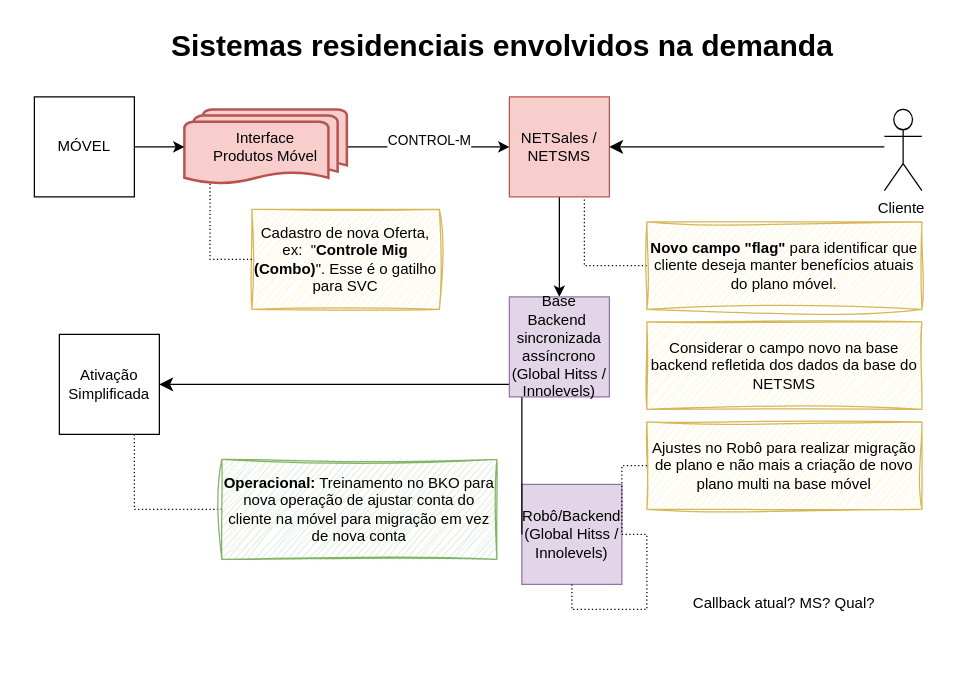
This is page "Venda Combo Multi Residencial" (2 of 2) of Cross-Sell Multi Base Móvel.drawio.xml from samirali/ClaroBrasil, a draw.io file, before an edit. Source tidied: cells renumbered, new cells numbered last; positions are measured from the earlier drawing's top-left corner, leaving out a move shared by most shapes. Both pictures are drawn from the tidied source at 125%, with x=0, y=0 at pixel (34, 21).
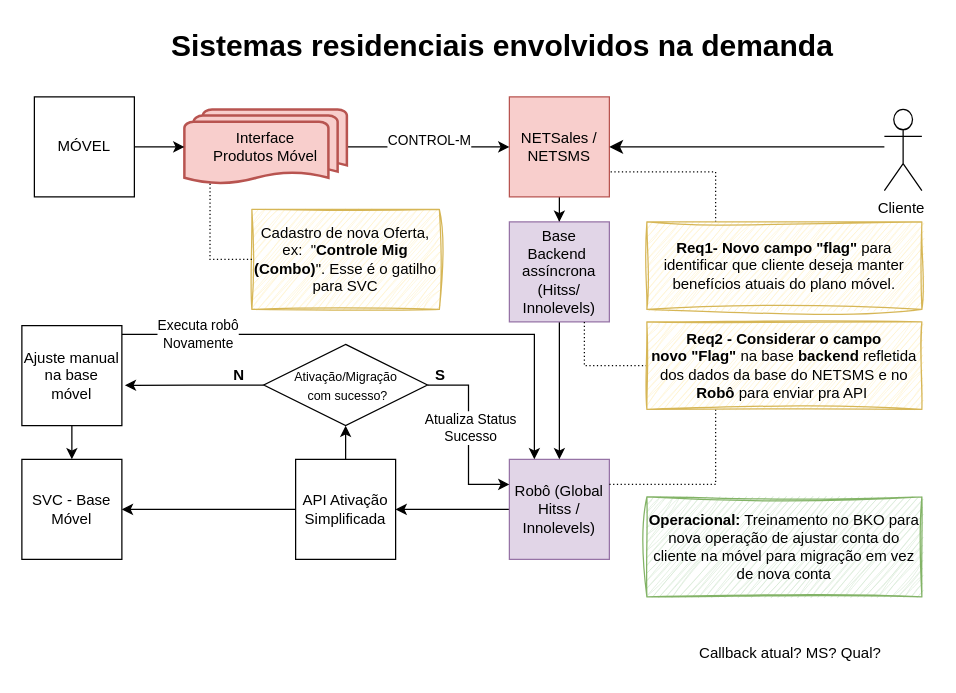
The same page after the edit.

Unchanged cells that the change refers to:
```xml
<mxCell id="3" value="NETSales / &lt;br&gt;NETSMS" style="whiteSpace=wrap;html=1;fillColor=#f8cecc;strokeColor=#b85450;" parent="1" vertex="1">
  <mxGeometry x="380" y="60" width="80" height="80" as="geometry" />
</mxCell>
```

Diff of the diagram source:
```diff
@@
+    <mxCell id="8" style="edgeStyle=orthogonalEdgeStyle;rounded=0;jettySize=auto;html=1;entryX=1;entryY=0.5;entryDx=0;entryDy=0;" parent="1" edge="1" source="6" target="7">
+      <mxGeometry relative="1" as="geometry" />
+    </mxCell>
-    <mxCell id="6" value="Robô/Backend (Global Hitss / Innolevels)" style="whiteSpace=wrap;html=1;fillColor=#e1d5e7;strokeColor=#9673a6;" parent="1" vertex="1">
-      <mxGeometry x="390" y="370" width="80" height="80" as="geometry" />
+    <mxCell id="6" value="Robô (Global Hitss / Innolevels)" style="whiteSpace=wrap;html=1;fillColor=#e1d5e7;strokeColor=#9673a6;" parent="1" vertex="1">
+      <mxGeometry x="380" y="350" width="80" height="80" as="geometry" />
     </mxCell>
+    <mxCell id="27" style="edgeStyle=orthogonalEdgeStyle;rounded=0;jettySize=auto;html=1;entryX=1;entryY=0.5;entryDx=0;entryDy=0;" parent="1" edge="1" source="7" target="31">
+      <mxGeometry relative="1" as="geometry" />
+    </mxCell>
+    <mxCell id="28" style="edgeStyle=orthogonalEdgeStyle;rounded=0;jettySize=auto;html=1;exitX=0.5;exitY=0;exitDx=0;exitDy=0;entryX=0.5;entryY=1;entryDx=0;entryDy=0;" parent="1" edge="1" source="7" target="34">
+      <mxGeometry relative="1" as="geometry" />
+    </mxCell>
-    <mxCell id="7" value="Ativação Simplificada" style="whiteSpace=wrap;html=1;" parent="1" vertex="1">
-      <mxGeometry x="20" y="250" width="80" height="80" as="geometry" />
+    <mxCell id="7" value="API Ativação Simplificada" style="whiteSpace=wrap;html=1;" parent="1" vertex="1">
+      <mxGeometry x="209" y="350" width="80" height="80" as="geometry" />
     </mxCell>
-    <mxCell id="8" style="edgeStyle=elbowEdgeStyle;elbow=vertical;endArrow=classic;html=1;curved=0;rounded=0;endSize=8;startSize=8;exitX=0;exitY=0.5;exitDx=0;exitDy=0;entryX=1;entryY=0.5;entryDx=0;entryDy=0;" parent="1" edge="1" source="6" target="7">
-      <mxGeometry relative="1" as="geometry">
-        <Array as="points">
-          <mxPoint x="240" y="290" />
-        </Array>
-      </mxGeometry>
-    </mxCell>
@@
     <mxCell id="16" value="Callback atual? MS? Qual?" style="text;html=1;strokeColor=none;fillColor=none;align=center;verticalAlign=middle;whiteSpace=wrap;rounded=0;" parent="1" vertex="1">
-      <mxGeometry x="485" y="450" width="230" height="30" as="geometry" />
+      <mxGeometry x="490" y="490" width="230" height="30" as="geometry" />
     </mxCell>
@@
-    <mxCell id="19" value="Ajustes no Robô para realizar migração de plano e não mais a criação de novo plano multi na base móvel" style="text;html=1;strokeColor=#d6b656;fillColor=#fff2cc;align=center;verticalAlign=middle;whiteSpace=wrap;rounded=0;sketch=1;curveFitting=1;jiggle=2;" parent="1" vertex="1">
-      <mxGeometry x="490" y="320" width="220" height="70" as="geometry" />
-    </mxCell>
-    <mxCell id="20" style="edgeStyle=orthogonalEdgeStyle;rounded=0;jettySize=auto;html=1;entryX=0.5;entryY=1;entryDx=0;entryDy=0;endArrow=none;endFill=0;dashed=1;dashPattern=1 2;" parent="1" edge="1" source="19" target="6">
+    <mxCell id="20" style="edgeStyle=orthogonalEdgeStyle;rounded=0;jettySize=auto;html=1;entryX=1;entryY=0.25;entryDx=0;entryDy=0;endArrow=none;endFill=0;dashed=1;dashPattern=1 2;exitX=0.25;exitY=1;exitDx=0;exitDy=0;" parent="1" edge="1" source="26" target="6">
       <mxGeometry relative="1" as="geometry" />
     </mxCell>
-    <mxCell id="21" style="edgeStyle=orthogonalEdgeStyle;rounded=0;jettySize=auto;html=1;entryX=0.75;entryY=1;entryDx=0;entryDy=0;endArrow=none;endFill=0;dashed=1;dashPattern=1 2;" parent="1" edge="1" source="22" target="3">
+    <mxCell id="21" style="edgeStyle=orthogonalEdgeStyle;rounded=0;jettySize=auto;html=1;entryX=1;entryY=0.75;entryDx=0;entryDy=0;endArrow=none;endFill=0;dashed=1;dashPattern=1 2;exitX=0.25;exitY=0;exitDx=0;exitDy=0;" parent="1" edge="1" source="22" target="3">
       <mxGeometry relative="1" as="geometry" />
     </mxCell>
-    <mxCell id="22" value="&lt;b&gt;Novo campo &quot;flag&quot;&lt;/b&gt; para identificar que cliente deseja manter benefícios atuais do plano móvel." style="text;html=1;strokeColor=#d6b656;fillColor=#fff2cc;align=center;verticalAlign=middle;whiteSpace=wrap;rounded=0;sketch=1;curveFitting=1;jiggle=2;" parent="1" vertex="1">
+    <mxCell id="22" value="&lt;b&gt;Req1- Novo campo &quot;flag&quot;&lt;/b&gt; para identificar que cliente deseja manter benefícios atuais do plano móvel." style="text;html=1;strokeColor=#d6b656;fillColor=#fff2cc;align=center;verticalAlign=middle;whiteSpace=wrap;rounded=0;sketch=1;curveFitting=1;jiggle=2;" parent="1" vertex="1">
       <mxGeometry x="490" y="160" width="220" height="70" as="geometry" />
     </mxCell>
-    <mxCell id="23" style="edgeStyle=orthogonalEdgeStyle;rounded=0;jettySize=auto;html=1;entryX=0.75;entryY=1;entryDx=0;entryDy=0;endArrow=none;endFill=0;dashed=1;dashPattern=1 2;" parent="1" edge="1" source="24" target="7">
-      <mxGeometry relative="1" as="geometry" />
-    </mxCell>
     <mxCell id="24" value="&lt;b&gt;Operacional:&lt;/b&gt; Treinamento no BKO para nova operação de ajustar conta do cliente na móvel para migração em vez de nova conta" style="text;html=1;strokeColor=#82b366;fillColor=#d5e8d4;align=center;verticalAlign=middle;whiteSpace=wrap;rounded=0;sketch=1;curveFitting=1;jiggle=2;" parent="1" vertex="1">
-      <mxGeometry x="150" y="350" width="220" height="80" as="geometry" />
+      <mxGeometry x="490" y="380" width="220" height="80" as="geometry" />
     </mxCell>
+    <mxCell id="29" style="edgeStyle=orthogonalEdgeStyle;rounded=0;jettySize=auto;html=1;entryX=0.5;entryY=0;entryDx=0;entryDy=0;" parent="1" edge="1" source="25" target="6">
+      <mxGeometry relative="1" as="geometry" />
+    </mxCell>
-    <mxCell id="25" value="Base Backend&amp;nbsp; sincronizada assíncrono (Global Hitss / Innolevels)" style="whiteSpace=wrap;html=1;fillColor=#e1d5e7;strokeColor=#9673a6;" parent="1" vertex="1">
-      <mxGeometry x="380" y="220" width="80" height="80" as="geometry" />
+    <mxCell id="25" value="Base Backend&amp;nbsp; assíncrona (Hitss/ Innolevels)" style="whiteSpace=wrap;html=1;fillColor=#e1d5e7;strokeColor=#9673a6;" parent="1" vertex="1">
+      <mxGeometry x="380" y="160" width="80" height="80" as="geometry" />
     </mxCell>
+    <mxCell id="30" style="edgeStyle=orthogonalEdgeStyle;rounded=0;jettySize=auto;html=1;entryX=0.75;entryY=1;entryDx=0;entryDy=0;endArrow=none;endFill=0;dashed=1;dashPattern=1 2;" parent="1" edge="1" source="26" target="25">
+      <mxGeometry relative="1" as="geometry" />
+    </mxCell>
-    <mxCell id="26" value="Considerar o campo novo na base backend refletida dos dados da base do NETSMS" style="text;html=1;strokeColor=#d6b656;fillColor=#fff2cc;align=center;verticalAlign=middle;whiteSpace=wrap;rounded=0;sketch=1;curveFitting=1;jiggle=2;" parent="1" vertex="1">
+    <mxCell id="26" value="&lt;b&gt;Req2 - Considerar o campo novo&lt;/b&gt;&amp;nbsp;&lt;b&gt;&quot;Flag&quot;&amp;nbsp;&lt;/b&gt;na base &lt;b&gt;backend &lt;/b&gt;refletida dos dados da base do NETSMS e no &lt;b&gt;Robô &lt;/b&gt;para enviar pra API&amp;nbsp;" style="text;html=1;strokeColor=#d6b656;fillColor=#fff2cc;align=center;verticalAlign=middle;whiteSpace=wrap;rounded=0;sketch=1;curveFitting=1;jiggle=2;" parent="1" vertex="1">
       <mxGeometry x="490" y="240" width="220" height="70" as="geometry" />
     </mxCell>
+    <mxCell id="31" value="SVC - Base Móvel" style="whiteSpace=wrap;html=1;" parent="1" vertex="1">
+      <mxGeometry x="-10" y="350" width="80" height="80" as="geometry" />
+    </mxCell>
+    <mxCell id="32" style="edgeStyle=orthogonalEdgeStyle;rounded=0;jettySize=auto;html=1;entryX=0;entryY=0.25;entryDx=0;entryDy=0;" parent="1" edge="1" source="34" target="6">
+      <mxGeometry relative="1" as="geometry" />
+    </mxCell>
+    <mxCell id="33" value="Atualiza Status &lt;br&gt;Sucesso" style="edgeLabel;html=1;align=center;verticalAlign=middle;" parent="32" vertex="1">
+      <mxGeometry x="-0.4" y="-2" relative="1" as="geometry">
+        <mxPoint x="3" y="23" as="offset" />
+      </mxGeometry>
+    </mxCell>
+    <mxCell id="34" value="&lt;font style=&quot;font-size: 10px;&quot;&gt;Ativação/Migração&lt;br&gt;&amp;nbsp;com sucesso?&lt;/font&gt;" style="rhombus;whiteSpace=wrap;html=1;" parent="1" vertex="1">
+      <mxGeometry x="183.5" y="258" width="131" height="65" as="geometry" />
+    </mxCell>
+    <mxCell id="35" value="N" style="text;html=1;align=center;verticalAlign=middle;whiteSpace=wrap;rounded=0;fontStyle=1;" parent="1" vertex="1">
+      <mxGeometry x="154" y="278" width="20" height="10" as="geometry" />
+    </mxCell>
+    <mxCell id="36" style="edgeStyle=orthogonalEdgeStyle;rounded=0;jettySize=auto;html=1;" parent="1" edge="1" source="39" target="31">
+      <mxGeometry relative="1" as="geometry" />
+    </mxCell>
+    <mxCell id="37" style="edgeStyle=orthogonalEdgeStyle;rounded=0;jettySize=auto;html=1;entryX=0.25;entryY=0;entryDx=0;entryDy=0;" parent="1" edge="1" source="39" target="6">
+      <mxGeometry relative="1" as="geometry">
+        <Array as="points">
+          <mxPoint x="400" y="250" />
+        </Array>
+      </mxGeometry>
+    </mxCell>
+    <mxCell id="38" value="Executa robô &lt;br&gt;Novamente" style="edgeLabel;html=1;align=center;verticalAlign=middle;" parent="37" vertex="1">
+      <mxGeometry x="0.11" y="1" relative="1" as="geometry">
+        <mxPoint x="-179" as="offset" />
+      </mxGeometry>
+    </mxCell>
+    <mxCell id="39" value="Ajuste manual na base móvel" style="whiteSpace=wrap;html=1;" parent="1" vertex="1">
+      <mxGeometry x="-10" y="243" width="80" height="80" as="geometry" />
+    </mxCell>
+    <mxCell id="40" style="edgeStyle=orthogonalEdgeStyle;rounded=0;jettySize=auto;html=1;entryX=1.03;entryY=0.597;entryDx=0;entryDy=0;entryPerimeter=0;" parent="1" edge="1" source="34" target="39">
+      <mxGeometry relative="1" as="geometry" />
+    </mxCell>
+    <mxCell id="41" value="S" style="text;html=1;align=center;verticalAlign=middle;whiteSpace=wrap;rounded=0;fontStyle=1;" parent="1" vertex="1">
+      <mxGeometry x="314.5" y="278" width="20" height="10" as="geometry" />
+    </mxCell>
```
